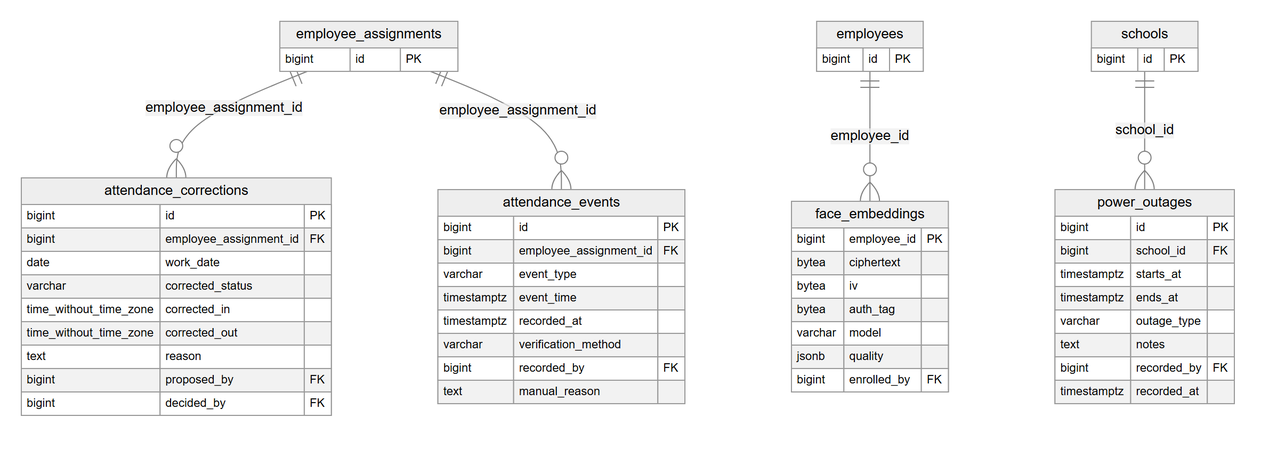
The Mermaid diagram docs/diagrams/out/erd_5_attendance.png in maroonnnn/school-management-system, before a commit. Its source is kept beside it as docs/diagrams/src/erd_5_attendance.mmd. The source it was exported from:
```mermaid
erDiagram
  employee_assignments ||--o{ attendance_corrections : employee_assignment_id
  employee_assignments ||--o{ attendance_events : employee_assignment_id
  employees ||--o{ face_embeddings : employee_id
  schools ||--o{ power_outages : school_id
  attendance_events {
    bigint id PK
    bigint employee_assignment_id FK
    varchar event_type
    timestamptz event_time
    timestamptz recorded_at
    varchar verification_method
    bigint recorded_by FK
    text manual_reason
  }
  face_embeddings {
    bigint employee_id PK
    bytea ciphertext
    bytea iv
    bytea auth_tag
    varchar model
    jsonb quality
    bigint enrolled_by FK
  }
  attendance_corrections {
    bigint id PK
    bigint employee_assignment_id FK
    date work_date
    varchar corrected_status
    time_without_time_zone corrected_in
    time_without_time_zone corrected_out
    text reason
    bigint proposed_by FK
    bigint decided_by FK
  }
  power_outages {
    bigint id PK
    bigint school_id FK
    timestamptz starts_at
    timestamptz ends_at
    varchar outage_type
    text notes
    bigint recorded_by FK
    timestamptz recorded_at
  }
  employee_assignments {
    bigint id PK
  }
  employees {
    bigint id PK
  }
  schools {
    bigint id PK
  }
```
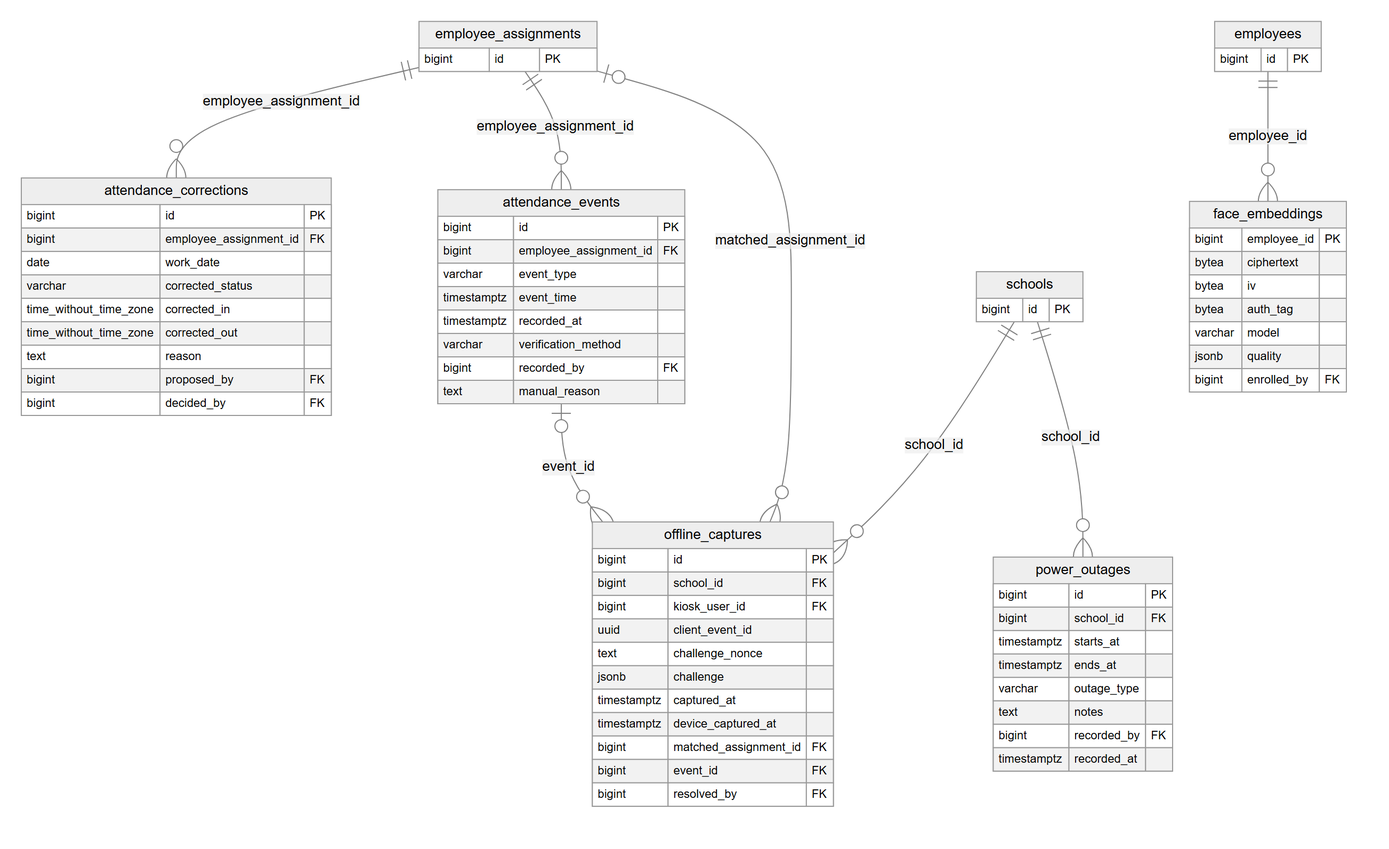
The same diagram one commit later.

What changed in the source:
```diff
@@ -2,6 +2,9 @@
   employee_assignments ||--o{ attendance_corrections : employee_assignment_id
   employee_assignments ||--o{ attendance_events : employee_assignment_id
   employees ||--o{ face_embeddings : employee_id
+  attendance_events |o--o{ offline_captures : event_id
+  employee_assignments |o--o{ offline_captures : matched_assignment_id
+  schools ||--o{ offline_captures : school_id
   schools ||--o{ power_outages : school_id
   attendance_events {
     bigint id PK
@@ -43,6 +46,19 @@
     bigint recorded_by FK
     timestamptz recorded_at
   }
+  offline_captures {
+    bigint id PK
+    bigint school_id FK
+    bigint kiosk_user_id FK
+    uuid client_event_id
+    text challenge_nonce
+    jsonb challenge
+    timestamptz captured_at
+    timestamptz device_captured_at
+    bigint matched_assignment_id FK
+    bigint event_id FK
+    bigint resolved_by FK
+  }
   employee_assignments {
     bigint id PK
   }
```
